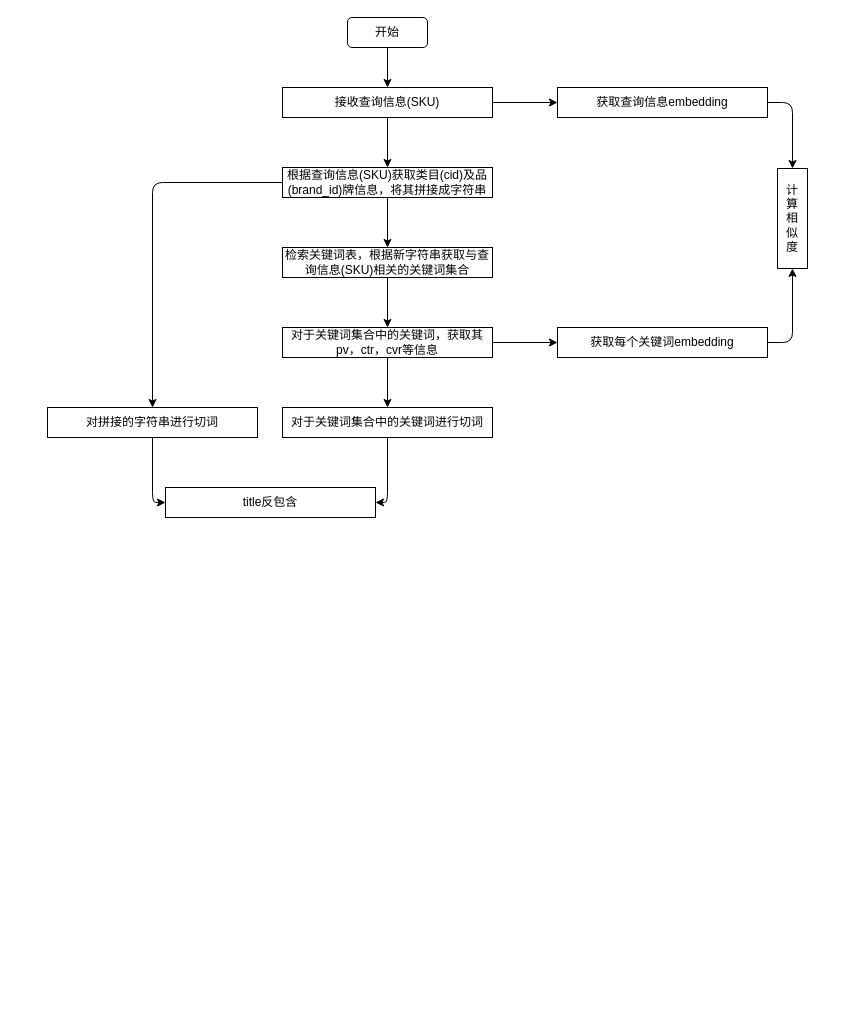
Earlier version of the draw.io diagram patent.drawio (JerryCatLeung/alphaFM_softmax). Source tidied: cells renumbered, new cells numbered last; positions are measured from the earlier drawing's top-left corner, leaving out a move shared by most shapes. Both pictures are drawn from the tidied source at 100%, with x=0, y=0 at pixel (47, 17).
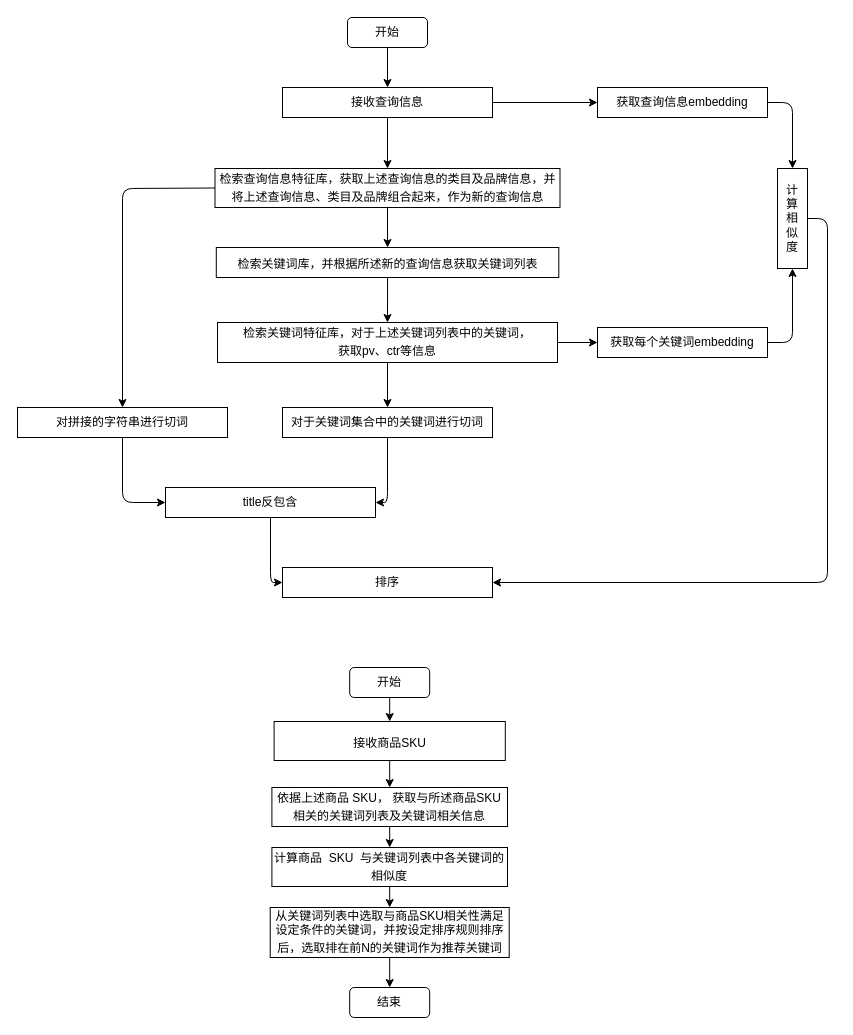
The same diagram, later.

The change refers to these unchanged cells:
```xml
<mxCell id="19" value="title反包含" style="rounded=0;whiteSpace=wrap;html=1;" parent="1" vertex="1">
  <mxGeometry x="118" y="470" width="210" height="30" as="geometry" />
</mxCell>
<mxCell id="23" value="计&lt;br&gt;算&lt;br&gt;相&lt;br&gt;似&lt;br&gt;度" style="rounded=0;whiteSpace=wrap;html=1;" parent="1" vertex="1">
  <mxGeometry x="730" y="151" width="30" height="100" as="geometry" />
</mxCell>
```

The edit, as a diff of the source:
```diff
@@
-    <mxCell id="3" value="接收查询信息(SKU)" style="rounded=0;whiteSpace=wrap;html=1;" parent="1" vertex="1">
+    <mxCell id="3" value="接收查询信息" style="rounded=0;whiteSpace=wrap;html=1;" parent="1" vertex="1">
       <mxGeometry x="235" y="70" width="210" height="30" as="geometry" />
     </mxCell>
-    <mxCell id="4" value="根据查询信息(SKU)获取类目(cid)及品(brand_id)牌信息，将其拼接成字符串" style="rounded=0;whiteSpace=wrap;html=1;" parent="1" vertex="1">
-      <mxGeometry x="235" y="150" width="210" height="30" as="geometry" />
+    <mxCell id="4" value="&lt;span style=&quot;font-family: &amp;#34;dengxian&amp;#34;&quot;&gt;&lt;font style=&quot;font-size: 12px&quot;&gt;检索查询信息特征库，获取上述查询信息的类目及品牌信息，并将上述查询信息、类目及品牌组合起来，作为新的查询信息&lt;/font&gt;&lt;/span&gt;&lt;span style=&quot;font-size: medium&quot;&gt;&lt;/span&gt;" style="rounded=0;whiteSpace=wrap;html=1;" parent="1" vertex="1">
+      <mxGeometry x="167.5" y="151" width="345" height="39" as="geometry" />
     </mxCell>
-    <mxCell id="5" value="对于关键词集合中的关键词，获取其pv，ctr，cvr等信息" style="rounded=0;whiteSpace=wrap;html=1;" parent="1" vertex="1">
-      <mxGeometry x="235" y="310" width="210" height="30" as="geometry" />
+    <mxCell id="5" value="&lt;span style=&quot;font-family: &amp;#34;dengxian&amp;#34;&quot;&gt;&lt;font style=&quot;font-size: 12px&quot;&gt;检索关键词特征库，对于上述关键词列表中的关键词，&lt;br&gt;获取&lt;span lang=&quot;EN-US&quot;&gt;pv&lt;/span&gt;、&lt;span lang=&quot;EN-US&quot;&gt;ctr&lt;/span&gt;等信息&lt;/font&gt;&lt;/span&gt;&lt;span style=&quot;font-size: medium&quot;&gt;&lt;/span&gt;" style="rounded=0;whiteSpace=wrap;html=1;" parent="1" vertex="1">
+      <mxGeometry x="170" y="305" width="340" height="40" as="geometry" />
     </mxCell>
@@
-    <mxCell id="8" value="检索关键词表，根据新字符串获取与查询信息(SKU)相关的关键词集合" style="rounded=0;whiteSpace=wrap;html=1;" parent="1" vertex="1">
-      <mxGeometry x="235" y="230" width="210" height="30" as="geometry" />
+    <mxCell id="8" value="&lt;span style=&quot;font-family: &amp;#34;dengxian&amp;#34;&quot;&gt;&lt;font style=&quot;font-size: 12px&quot;&gt;检索关键词库，并根据所述新的查询信息获取关键词列表&lt;/font&gt;&lt;/span&gt;&lt;span style=&quot;font-size: medium&quot;&gt;&lt;/span&gt;" style="rounded=0;whiteSpace=wrap;html=1;" parent="1" vertex="1">
+      <mxGeometry x="168.8" y="230" width="342.5" height="30" as="geometry" />
     </mxCell>
@@
     <mxCell id="11" value="对拼接的字符串进行切词" style="rounded=0;whiteSpace=wrap;html=1;" parent="1" vertex="1">
-      <mxGeometry y="390" width="210" height="30" as="geometry" />
+      <mxGeometry x="-30" y="390" width="210" height="30" as="geometry" />
     </mxCell>
     <mxCell id="12" style="endArrow=classic;html=1;entryX=0.5;entryY=0;entryDx=0;entryDy=0;exitX=0;exitY=0.5;exitDx=0;exitDy=0;" parent="1" edge="1" source="4" target="11">
       <mxGeometry relative="1" as="geometry">
         <Array as="points">
-          <mxPoint x="105" y="165" />
+          <mxPoint x="75" y="171" />
         </Array>
       </mxGeometry>
     </mxCell>
@@
     <mxCell id="14" value="获取查询信息embedding" style="rounded=0;whiteSpace=wrap;html=1;" parent="1" vertex="1">
-      <mxGeometry x="510" y="70" width="210" height="30" as="geometry" />
+      <mxGeometry x="550" y="70" width="170" height="30" as="geometry" />
     </mxCell>
@@
     <mxCell id="16" value="获取每个关键词embedding" style="rounded=0;whiteSpace=wrap;html=1;" parent="1" vertex="1">
-      <mxGeometry x="510" y="310" width="210" height="30" as="geometry" />
+      <mxGeometry x="550" y="310" width="170" height="30" as="geometry" />
     </mxCell>
@@
     <mxCell id="21" style="endArrow=classic;html=1;exitX=0.5;exitY=1;exitDx=0;exitDy=0;entryX=0;entryY=0.5;entryDx=0;entryDy=0;" parent="1" edge="1" source="11" target="19">
       <mxGeometry relative="1" as="geometry">
         <Array as="points">
-          <mxPoint x="105" y="485" />
+          <mxPoint x="75" y="485" />
         </Array>
       </mxGeometry>
     </mxCell>
@@
+    <mxCell id="25" value="排序" style="rounded=0;whiteSpace=wrap;html=1;" parent="1" vertex="1">
+      <mxGeometry x="235" y="550" width="210" height="30" as="geometry" />
+    </mxCell>
+    <mxCell id="26" style="endArrow=classic;html=1;exitX=0.5;exitY=1;exitDx=0;exitDy=0;entryX=0;entryY=0.5;entryDx=0;entryDy=0;" parent="1" edge="1" source="19" target="25">
+      <mxGeometry relative="1" as="geometry">
+        <Array as="points">
+          <mxPoint x="223" y="565" />
+        </Array>
+      </mxGeometry>
+    </mxCell>
+    <mxCell id="27" style="endArrow=classic;html=1;exitX=1;exitY=0.5;exitDx=0;exitDy=0;entryX=1;entryY=0.5;entryDx=0;entryDy=0;" parent="1" edge="1" source="23" target="25">
+      <mxGeometry relative="1" as="geometry">
+        <Array as="points">
+          <mxPoint x="780" y="201" />
+          <mxPoint x="780" y="565" />
+        </Array>
+      </mxGeometry>
+    </mxCell>
+    <mxCell id="28" value="开始" style="rounded=1;whiteSpace=wrap;html=1;" parent="1" vertex="1">
+      <mxGeometry x="302.2" y="650" width="80" height="30" as="geometry" />
+    </mxCell>
+    <mxCell id="29" value="&lt;span style=&quot;font-family: &amp;#34;dengxian&amp;#34;&quot;&gt;&lt;font style=&quot;font-size: 12px&quot;&gt;计算商品 &amp;nbsp;SKU &amp;nbsp;与关键词列表中各关键词的相似度&lt;/font&gt;&lt;/span&gt;&lt;span style=&quot;font-size: medium&quot;&gt;&lt;/span&gt;" style="rounded=0;whiteSpace=wrap;html=1;" parent="1" vertex="1">
+      <mxGeometry x="224.4" y="830" width="235.6" height="39" as="geometry" />
+    </mxCell>
+    <mxCell id="30" value="&lt;span style=&quot;font-family: &amp;#34;dengxian&amp;#34;&quot;&gt;&lt;font style=&quot;font-size: 12px&quot;&gt;依据上述商品 SKU， 获取与所述商品SKU相关的关键词列表及关键词相关信息&lt;/font&gt;&lt;/span&gt;&lt;span style=&quot;font-size: medium&quot;&gt;&lt;/span&gt;" style="rounded=0;whiteSpace=wrap;html=1;" parent="1" vertex="1">
+      <mxGeometry x="224.4" y="770" width="235.6" height="39" as="geometry" />
+    </mxCell>
+    <mxCell id="31" value="&lt;span style=&quot;font-family: &amp;#34;dengxian&amp;#34;&quot;&gt;&lt;font style=&quot;font-size: 12px&quot;&gt;接收商品SKU&lt;/font&gt;&lt;/span&gt;&lt;span style=&quot;font-size: medium&quot;&gt;&lt;/span&gt;" style="rounded=0;whiteSpace=wrap;html=1;" parent="1" vertex="1">
+      <mxGeometry x="226.6" y="704" width="231.2" height="39" as="geometry" />
+    </mxCell>
+    <mxCell id="32" value="&lt;span style=&quot;font-family: &amp;#34;dengxian&amp;#34;&quot;&gt;&lt;font style=&quot;font-size: 12px&quot;&gt;从关键词列表中选取与商品SKU相关性满足设定条件的关键词，并按设定排序规则排序后，选取排在前N的关键词作为推荐关键词&lt;/font&gt;&lt;/span&gt;&lt;span style=&quot;font-size: medium&quot;&gt;&lt;/span&gt;" style="rounded=0;whiteSpace=wrap;html=1;" parent="1" vertex="1">
+      <mxGeometry x="222.7" y="890" width="239" height="50" as="geometry" />
+    </mxCell>
+    <mxCell id="33" style="endArrow=classic;html=1;exitX=0.5;exitY=1;exitDx=0;exitDy=0;entryX=0.5;entryY=0;entryDx=0;entryDy=0;" parent="1" edge="1" source="28" target="31">
+      <mxGeometry relative="1" as="geometry" />
+    </mxCell>
+    <mxCell id="34" style="endArrow=classic;html=1;exitX=0.5;exitY=1;exitDx=0;exitDy=0;entryX=0.5;entryY=0;entryDx=0;entryDy=0;" parent="1" edge="1" source="31" target="30">
+      <mxGeometry relative="1" as="geometry" />
+    </mxCell>
+    <mxCell id="35" style="endArrow=classic;html=1;exitX=0.5;exitY=1;exitDx=0;exitDy=0;entryX=0.5;entryY=0;entryDx=0;entryDy=0;" parent="1" edge="1" source="30" target="29">
+      <mxGeometry relative="1" as="geometry" />
+    </mxCell>
+    <mxCell id="36" style="endArrow=classic;html=1;exitX=0.5;exitY=1;exitDx=0;exitDy=0;" parent="1" edge="1" source="29" target="32">
+      <mxGeometry relative="1" as="geometry" />
+    </mxCell>
+    <mxCell id="37" value="结束" style="rounded=1;whiteSpace=wrap;html=1;" parent="1" vertex="1">
+      <mxGeometry x="302.2" y="970" width="80" height="30" as="geometry" />
+    </mxCell>
+    <mxCell id="38" style="endArrow=classic;html=1;exitX=0.5;exitY=1;exitDx=0;exitDy=0;entryX=0.5;entryY=0;entryDx=0;entryDy=0;" parent="1" edge="1" source="32" target="37">
+      <mxGeometry relative="1" as="geometry" />
+    </mxCell>
```
